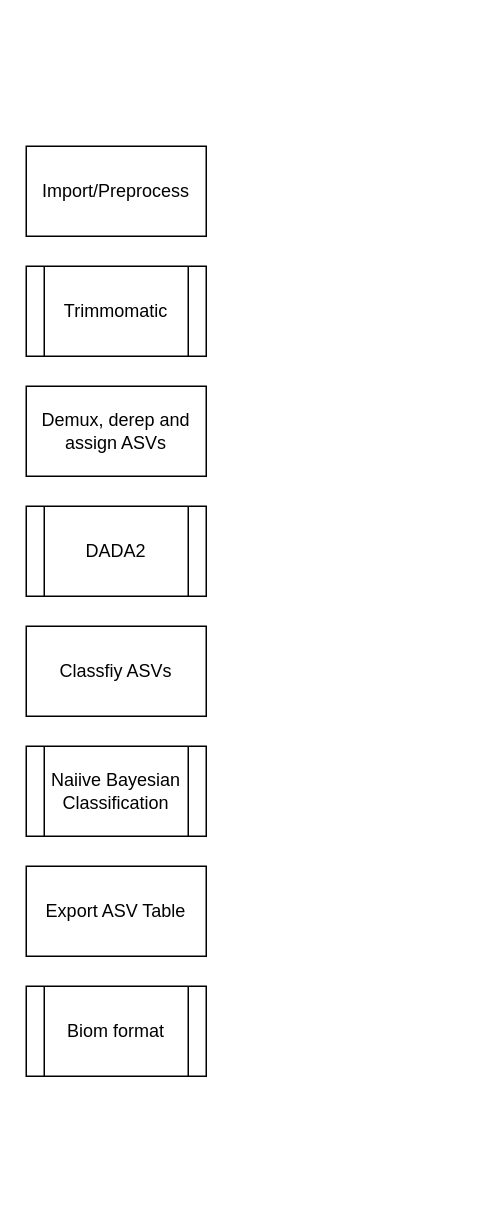
Above: hydrib_microbiome_workflow.drawio in MADscientist314/hybrid_metagenomics (draw.io), before the change. Source tidied: cells renumbered, new cells numbered last; positions are measured from the earlier drawing's top-left corner, leaving out a move shared by most shapes. Both pictures are drawn from the tidied source at 150%, with x=0, y=0 at pixel (26, 146).
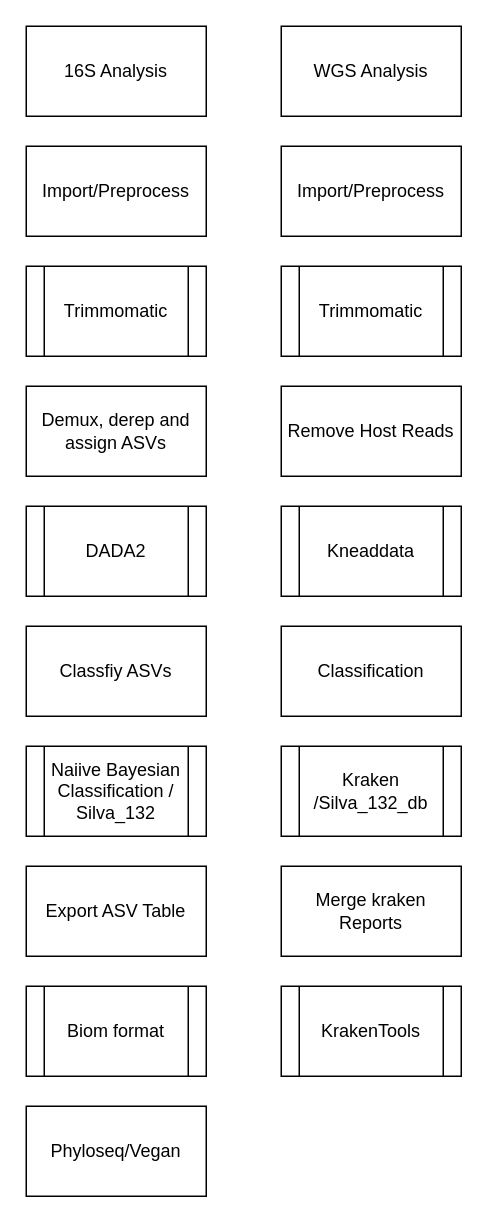
The same page after the edit.

Change to the diagram source:
```diff
@@
-    <mxCell id="7" value="Naiive Bayesian Classification" style="shape=process;whiteSpace=wrap;html=1;backgroundOutline=1;" parent="1" vertex="1">
+    <mxCell id="7" value="Naiive Bayesian Classification / Silva_132" style="shape=process;whiteSpace=wrap;html=1;backgroundOutline=1;" parent="1" vertex="1">
       <mxGeometry y="400" width="120" height="60" as="geometry" />
     </mxCell>
@@
+    <mxCell id="10" value="16S Analysis" style="rounded=0;whiteSpace=wrap;html=1;" parent="1" vertex="1">
+      <mxGeometry y="-80" width="120" height="60" as="geometry" />
+    </mxCell>
+    <mxCell id="11" value="Import/Preprocess" style="rounded=0;whiteSpace=wrap;html=1;" parent="1" vertex="1">
+      <mxGeometry x="170" width="120" height="60" as="geometry" />
+    </mxCell>
+    <mxCell id="12" value="Trimmomatic" style="shape=process;whiteSpace=wrap;html=1;backgroundOutline=1;" parent="1" vertex="1">
+      <mxGeometry x="170" y="80" width="120" height="60" as="geometry" />
+    </mxCell>
+    <mxCell id="13" value="Remove Host Reads" style="rounded=0;whiteSpace=wrap;html=1;" parent="1" vertex="1">
+      <mxGeometry x="170" y="160" width="120" height="60" as="geometry" />
+    </mxCell>
+    <mxCell id="14" value="Kneaddata" style="shape=process;whiteSpace=wrap;html=1;backgroundOutline=1;" parent="1" vertex="1">
+      <mxGeometry x="170" y="240" width="120" height="60" as="geometry" />
+    </mxCell>
+    <mxCell id="15" value="Classification" style="rounded=0;whiteSpace=wrap;html=1;" parent="1" vertex="1">
+      <mxGeometry x="170" y="320" width="120" height="60" as="geometry" />
+    </mxCell>
+    <mxCell id="16" value="Kraken /Silva_132_db" style="shape=process;whiteSpace=wrap;html=1;backgroundOutline=1;" parent="1" vertex="1">
+      <mxGeometry x="170" y="400" width="120" height="60" as="geometry" />
+    </mxCell>
+    <mxCell id="17" value="Merge kraken Reports" style="rounded=0;whiteSpace=wrap;html=1;" parent="1" vertex="1">
+      <mxGeometry x="170" y="480" width="120" height="60" as="geometry" />
+    </mxCell>
+    <mxCell id="18" value="KrakenTools" style="shape=process;whiteSpace=wrap;html=1;backgroundOutline=1;" parent="1" vertex="1">
+      <mxGeometry x="170" y="560" width="120" height="60" as="geometry" />
+    </mxCell>
+    <mxCell id="19" value="WGS Analysis" style="rounded=0;whiteSpace=wrap;html=1;" parent="1" vertex="1">
+      <mxGeometry x="170" y="-80" width="120" height="60" as="geometry" />
+    </mxCell>
+    <mxCell id="20" value="Phyloseq/Vegan" style="rounded=0;whiteSpace=wrap;html=1;" parent="1" vertex="1">
+      <mxGeometry y="640" width="120" height="60" as="geometry" />
+    </mxCell>
```
